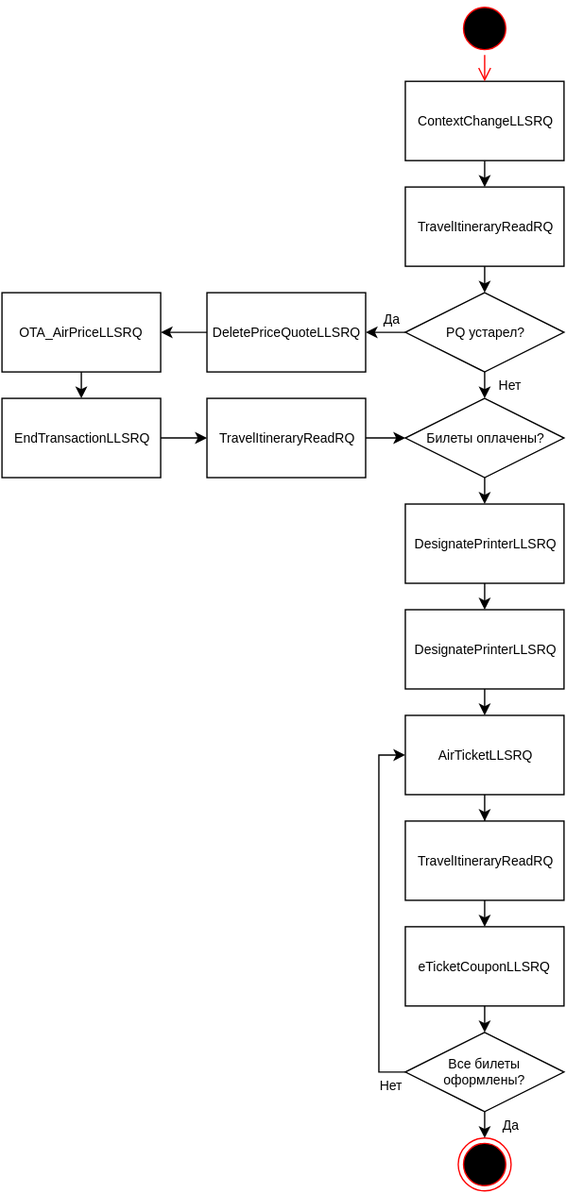
andreypolyak/sabre-apis-ru keeps this draw.io diagram as assets/svg/Issue Tickets/[RU]Issue Tickets-0.svg. Above is the earlier version. Source tidied: cells renumbered, new cells last; positions are measured from the earlier drawing's top-left corner, leaving out a move shared by most shapes. The source it was exported from:
```xml
<mxGraphModel background="#ffffff">
  <root>
    <mxCell id="0" />
    <mxCell id="1" parent="0" />
    <mxCell id="2" style="edgeStyle=orthogonalEdgeStyle;rounded=0;html=1;exitX=0.5;exitY=1;entryX=0.5;entryY=0;jettySize=auto;fontSize=10;" parent="1" edge="1" source="3" target="5">
      <mxGeometry x="380" y="1310" as="geometry" />
    </mxCell>
    <mxCell id="3" value="ContextChangeLLSRQ" style="whiteSpace=wrap;html=1;rounded=0;fontSize=10;" parent="1" vertex="1">
      <mxGeometry x="305" y="60" width="120" height="60" as="geometry" />
    </mxCell>
    <mxCell id="4" style="edgeStyle=orthogonalEdgeStyle;rounded=0;html=1;exitX=0.5;exitY=1;entryX=0.5;entryY=0;jettySize=auto;" parent="1" edge="1" source="5" target="27">
      <mxGeometry x="380" y="1390" as="geometry" />
    </mxCell>
    <mxCell id="5" value="TravelItineraryReadRQ" style="whiteSpace=wrap;html=1;rounded=0;fontSize=10;" parent="1" vertex="1">
      <mxGeometry x="305" y="140" width="120" height="60" as="geometry" />
    </mxCell>
    <mxCell id="6" style="edgeStyle=orthogonalEdgeStyle;rounded=0;html=1;exitX=0;exitY=0.5;entryX=1;entryY=0.5;jettySize=auto;fontSize=10;" parent="1" edge="1" source="7" target="9">
      <mxGeometry x="135" y="1440" as="geometry" />
    </mxCell>
    <mxCell id="7" value="DeletePriceQuoteLLSRQ" style="whiteSpace=wrap;html=1;rounded=0;fontSize=10;" parent="1" vertex="1">
      <mxGeometry x="155" y="220" width="120" height="60" as="geometry" />
    </mxCell>
    <mxCell id="8" style="edgeStyle=orthogonalEdgeStyle;rounded=0;html=1;exitX=0.5;exitY=1;entryX=0.5;entryY=0;jettySize=auto;" parent="1" edge="1" source="9" target="29">
      <mxGeometry x="75" y="1470" as="geometry" />
    </mxCell>
    <mxCell id="9" value="OTA_AirPriceLLSRQ" style="whiteSpace=wrap;html=1;rounded=0;fontSize=10;" parent="1" vertex="1">
      <mxGeometry y="220" width="120" height="60" as="geometry" />
    </mxCell>
    <mxCell id="10" style="edgeStyle=orthogonalEdgeStyle;rounded=0;html=1;exitX=0.5;exitY=1;entryX=0.5;entryY=0;jettySize=auto;fontSize=10;" parent="1" edge="1" source="11" target="13">
      <mxGeometry x="380" y="1630" as="geometry" />
    </mxCell>
    <mxCell id="11" value="DesignatePrinterLLSRQ" style="whiteSpace=wrap;html=1;rounded=0;fontSize=10;" parent="1" vertex="1">
      <mxGeometry x="305" y="380" width="120" height="60" as="geometry" />
    </mxCell>
    <mxCell id="12" style="edgeStyle=orthogonalEdgeStyle;rounded=0;html=1;exitX=0.5;exitY=1;entryX=0.5;entryY=0;jettySize=auto;fontSize=10;" parent="1" edge="1" source="13" target="15">
      <mxGeometry x="380" y="1710" as="geometry" />
    </mxCell>
    <mxCell id="13" value="DesignatePrinterLLSRQ" style="whiteSpace=wrap;html=1;rounded=0;fontSize=10;" parent="1" vertex="1">
      <mxGeometry x="305" y="460" width="120" height="60" as="geometry" />
    </mxCell>
    <mxCell id="14" style="edgeStyle=orthogonalEdgeStyle;rounded=0;html=1;exitX=0.5;exitY=1;jettySize=auto;fontSize=10;" parent="1" edge="1" source="15" target="17">
      <mxGeometry x="380" y="1790" as="geometry" />
    </mxCell>
    <mxCell id="15" value="AirTicketLLSRQ" style="whiteSpace=wrap;html=1;rounded=0;fontSize=10;" parent="1" vertex="1">
      <mxGeometry x="305" y="540" width="120" height="60" as="geometry" />
    </mxCell>
    <mxCell id="16" style="edgeStyle=orthogonalEdgeStyle;rounded=0;html=1;exitX=0.5;exitY=1;entryX=0.5;entryY=0;jettySize=auto;fontSize=10;" parent="1" edge="1" source="17" target="19">
      <mxGeometry x="380" y="1870" as="geometry" />
    </mxCell>
    <mxCell id="17" value="TravelItineraryReadRQ" style="whiteSpace=wrap;html=1;rounded=0;fontSize=10;" parent="1" vertex="1">
      <mxGeometry x="305" y="620" width="120" height="60" as="geometry" />
    </mxCell>
    <mxCell id="18" style="edgeStyle=orthogonalEdgeStyle;rounded=0;html=1;exitX=0.5;exitY=1;entryX=0.5;entryY=0;jettySize=auto;" parent="1" edge="1" source="19">
      <mxGeometry x="380" y="1950" as="geometry">
        <mxPoint x="365" y="780" as="targetPoint" />
      </mxGeometry>
    </mxCell>
    <mxCell id="19" value="eTicketCouponLLSRQ" style="whiteSpace=wrap;html=1;rounded=0;fontSize=10;" parent="1" vertex="1">
      <mxGeometry x="305" y="700" width="120" height="60" as="geometry" />
    </mxCell>
    <mxCell id="20" style="edgeStyle=orthogonalEdgeStyle;rounded=0;html=1;exitX=0.5;exitY=1;entryX=0.5;entryY=0;jettySize=auto;fontSize=10;" parent="1" edge="1" source="21" target="11">
      <mxGeometry x="380" y="1550" as="geometry" />
    </mxCell>
    <mxCell id="21" value="Билеты оплачены?" style="rhombus;whiteSpace=wrap;html=1;rounded=0;fontSize=10;" parent="1" vertex="1">
      <mxGeometry x="305" y="300" width="120" height="60" as="geometry" />
    </mxCell>
    <mxCell id="22" style="ellipse;html=1;shape=endState;fillColor=#000000;strokeColor=#ff0000;rounded=0;fontSize=10;align=center;" parent="1" vertex="1">
      <mxGeometry x="345" y="860" width="40" height="40" as="geometry" />
    </mxCell>
    <mxCell id="23" style="ellipse;html=1;shape=startState;fillColor=#000000;strokeColor=#ff0000;rounded=0;fontSize=10;align=center;" parent="1" vertex="1">
      <mxGeometry x="345" width="40" height="40" as="geometry" />
    </mxCell>
    <mxCell id="24" style="edgeStyle=orthogonalEdgeStyle;html=1;verticalAlign=bottom;endArrow=open;endSize=8;strokeColor=#ff0000;fontSize=10;" parent="1" edge="1" source="23">
      <mxGeometry x="380" y="1230" as="geometry">
        <mxPoint x="365" y="60" as="targetPoint" />
      </mxGeometry>
    </mxCell>
    <mxCell id="25" value="Нет" style="edgeStyle=orthogonalEdgeStyle;rounded=0;html=1;exitX=0.5;exitY=1;entryX=0.5;entryY=0;jettySize=auto;fontSize=10;" parent="1" edge="1" source="27" target="21">
      <mxGeometry as="geometry">
        <mxPoint x="20" as="offset" />
      </mxGeometry>
    </mxCell>
    <mxCell id="26" value="Да" style="edgeStyle=orthogonalEdgeStyle;rounded=0;html=1;exitX=0;exitY=0.5;entryX=1;entryY=0.5;jettySize=auto;fontSize=10;" parent="1" edge="1" source="27" target="7">
      <mxGeometry as="geometry">
        <mxPoint x="5" y="-10" as="offset" />
      </mxGeometry>
    </mxCell>
    <mxCell id="27" value="PQ устарел?" style="rhombus;whiteSpace=wrap;html=1;rounded=0;fontSize=10;" parent="1" vertex="1">
      <mxGeometry x="305" y="220" width="120" height="60" as="geometry" />
    </mxCell>
    <mxCell id="28" style="edgeStyle=orthogonalEdgeStyle;rounded=0;html=1;exitX=1;exitY=0.5;entryX=0;entryY=0.5;jettySize=auto;fontSize=10;" parent="1" edge="1" source="29" target="31">
      <mxGeometry x="135" y="1520" as="geometry" />
    </mxCell>
    <mxCell id="29" value="EndTransactionLLSRQ" style="whiteSpace=wrap;html=1;rounded=0;fontSize=10;" parent="1" vertex="1">
      <mxGeometry y="300" width="120" height="60" as="geometry" />
    </mxCell>
    <mxCell id="30" style="edgeStyle=orthogonalEdgeStyle;rounded=0;html=1;exitX=1;exitY=0.5;entryX=0;entryY=0.5;jettySize=auto;fontSize=10;" parent="1" edge="1" source="31" target="21">
      <mxGeometry x="290" y="1520" as="geometry" />
    </mxCell>
    <mxCell id="31" value="TravelItineraryReadRQ" style="whiteSpace=wrap;html=1;rounded=0;fontSize=10;" parent="1" vertex="1">
      <mxGeometry x="155" y="300" width="120" height="60" as="geometry" />
    </mxCell>
    <mxCell id="32" value="Нет" style="edgeStyle=orthogonalEdgeStyle;rounded=0;html=1;exitX=0;exitY=0.5;entryX=0;entryY=0.5;jettySize=auto;fontSize=10;" parent="1" edge="1" source="34" target="15">
      <mxGeometry as="geometry">
        <mxPoint x="-10" y="130" as="offset" />
      </mxGeometry>
    </mxCell>
    <mxCell id="33" value="Да" style="edgeStyle=orthogonalEdgeStyle;rounded=0;html=1;exitX=0.5;exitY=1;entryX=0.5;entryY=0;jettySize=auto;fontSize=10;" parent="1" edge="1" source="34" target="22">
      <mxGeometry as="geometry">
        <mxPoint x="20" as="offset" />
      </mxGeometry>
    </mxCell>
    <mxCell id="34" value="Все билеты оформлены?" style="rhombus;whiteSpace=wrap;html=1;rounded=0;fontSize=10;" parent="1" vertex="1">
      <mxGeometry x="305" y="780" width="120" height="60" as="geometry" />
    </mxCell>
  </root>
</mxGraphModel>
```
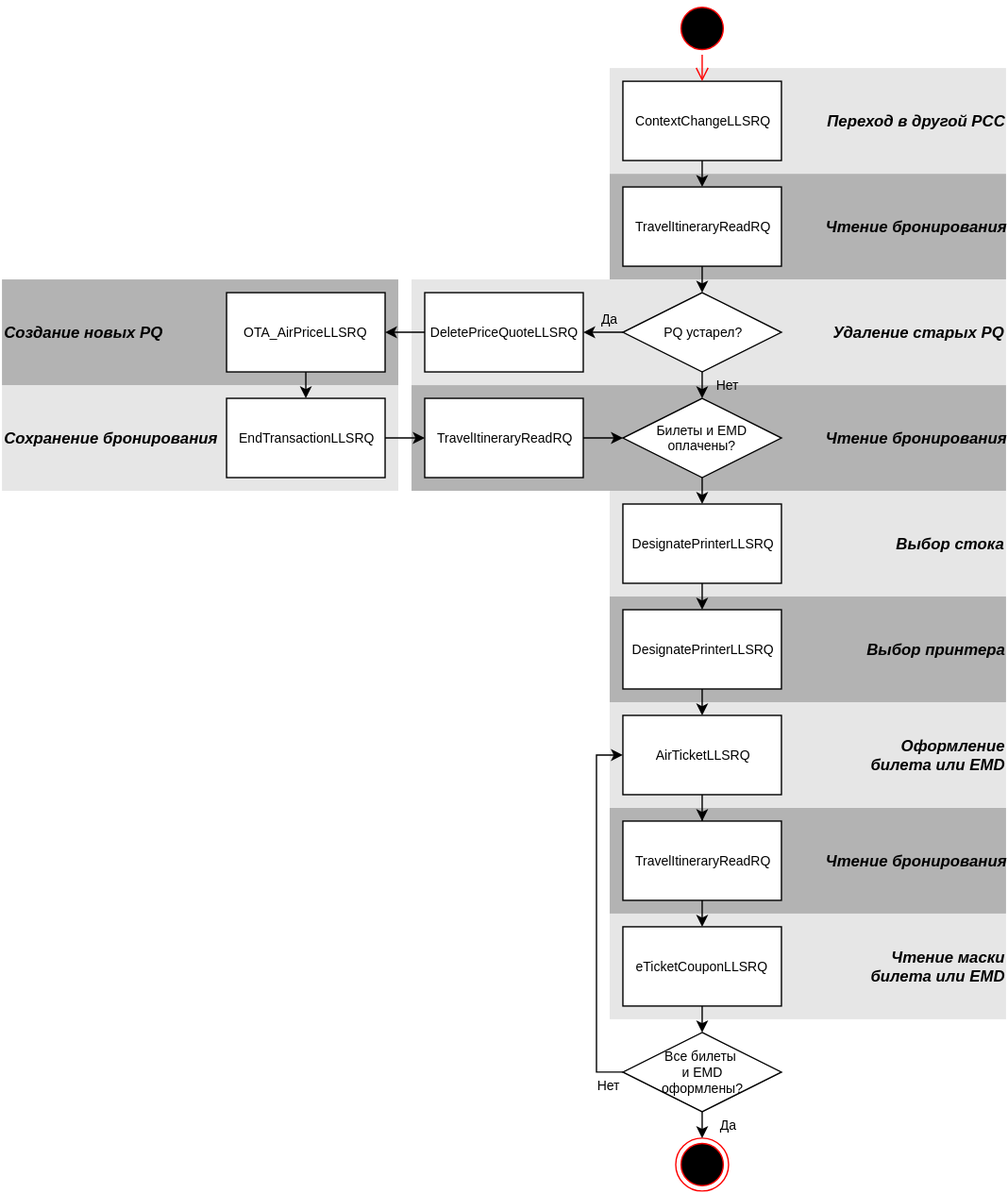
Later version of the same file.

Change to the diagram source:
```diff
@@ -2,6 +2,39 @@
   <root>
     <mxCell id="0" />
     <mxCell id="1" parent="0" />
+    <mxCell id="35" value="&lt;div style=&quot;text-align: right&quot;&gt;&lt;span&gt;&lt;b&gt;&lt;i&gt;&lt;font style=&quot;font-size: 12px&quot;&gt;Чтение маски&lt;/font&gt;&lt;/i&gt;&lt;/b&gt;&lt;/span&gt;&lt;/div&gt;&lt;div style=&quot;text-align: right&quot;&gt;&lt;span&gt;&lt;b&gt;&lt;i&gt;&lt;font style=&quot;font-size: 12px&quot;&gt;билета или EMD&lt;/font&gt;&lt;/i&gt;&lt;/b&gt;&lt;/span&gt;&lt;br&gt;&lt;/div&gt;" style="whiteSpace=wrap;html=1;fillColor=#E6E6E6;fontSize=10;strokeColor=none;align=right;gradientColor=none;" parent="1" vertex="1">
+      <mxGeometry x="295" y="690" width="300" height="80" as="geometry" />
+    </mxCell>
+    <mxCell id="36" value="&lt;div style=&quot;text-align: right&quot;&gt;&lt;b&gt;&lt;i&gt;&lt;font style=&quot;font-size: 12px&quot;&gt;Чтение бронирования&lt;/font&gt;&lt;/i&gt;&lt;/b&gt;&lt;br&gt;&lt;/div&gt;" style="whiteSpace=wrap;html=1;fillColor=#B3B3B3;fontSize=10;strokeColor=none;align=right;gradientColor=none;" parent="1" vertex="1">
+      <mxGeometry x="295" y="610" width="300" height="80" as="geometry" />
+    </mxCell>
+    <mxCell id="37" value="&lt;div style=&quot;text-align: right&quot;&gt;&lt;span&gt;&lt;b&gt;&lt;i&gt;&lt;font style=&quot;font-size: 12px&quot;&gt;Оформление&lt;/font&gt;&lt;/i&gt;&lt;/b&gt;&lt;/span&gt;&lt;/div&gt;&lt;div style=&quot;text-align: right&quot;&gt;&lt;span&gt;&lt;b&gt;&lt;i&gt;&lt;font style=&quot;font-size: 12px&quot;&gt;билета или EMD&lt;/font&gt;&lt;/i&gt;&lt;/b&gt;&lt;/span&gt;&lt;br&gt;&lt;/div&gt;" style="whiteSpace=wrap;html=1;fillColor=#E6E6E6;fontSize=10;strokeColor=none;align=right;gradientColor=none;" parent="1" vertex="1">
+      <mxGeometry x="295" y="530" width="300" height="80" as="geometry" />
+    </mxCell>
+    <mxCell id="38" value="&lt;div style=&quot;text-align: right&quot;&gt;&lt;b&gt;&lt;i&gt;&lt;font style=&quot;font-size: 12px&quot;&gt;Выбор принтера&lt;/font&gt;&lt;/i&gt;&lt;/b&gt;&lt;br&gt;&lt;/div&gt;" style="whiteSpace=wrap;html=1;fillColor=#B3B3B3;fontSize=10;strokeColor=none;align=right;gradientColor=none;" parent="1" vertex="1">
+      <mxGeometry x="295" y="450" width="300" height="80" as="geometry" />
+    </mxCell>
+    <mxCell id="39" value="&lt;div style=&quot;text-align: right&quot;&gt;&lt;b&gt;&lt;i&gt;&lt;font style=&quot;font-size: 12px&quot;&gt;Выбор стока&lt;/font&gt;&lt;/i&gt;&lt;/b&gt;&lt;br&gt;&lt;/div&gt;" style="whiteSpace=wrap;html=1;fillColor=#E6E6E6;fontSize=10;strokeColor=none;align=right;gradientColor=none;" parent="1" vertex="1">
+      <mxGeometry x="295" y="370" width="300" height="80" as="geometry" />
+    </mxCell>
+    <mxCell id="40" value="&lt;div style=&quot;text-align: right&quot;&gt;&lt;span&gt;&lt;b&gt;&lt;i&gt;&lt;font style=&quot;font-size: 12px&quot;&gt;Сохранение бронирования&lt;/font&gt;&lt;/i&gt;&lt;/b&gt;&lt;/span&gt;&lt;br&gt;&lt;/div&gt;" style="whiteSpace=wrap;html=1;fillColor=#E6E6E6;fontSize=10;strokeColor=none;align=left;gradientColor=none;" parent="1" vertex="1">
+      <mxGeometry x="-165" y="290" width="300" height="80" as="geometry" />
+    </mxCell>
+    <mxCell id="41" value="&lt;div style=&quot;text-align: right&quot;&gt;&lt;b&gt;&lt;i&gt;&lt;font style=&quot;font-size: 12px&quot;&gt;Чтение бронирования&lt;/font&gt;&lt;/i&gt;&lt;/b&gt;&lt;br&gt;&lt;/div&gt;" style="whiteSpace=wrap;html=1;fillColor=#B3B3B3;fontSize=10;strokeColor=none;align=right;gradientColor=none;" parent="1" vertex="1">
+      <mxGeometry x="145" y="290" width="450" height="80" as="geometry" />
+    </mxCell>
+    <mxCell id="42" value="&lt;div style=&quot;text-align: right&quot;&gt;&lt;span&gt;&lt;b&gt;&lt;i&gt;&lt;font style=&quot;font-size: 12px&quot;&gt;Создание новых PQ&lt;/font&gt;&lt;/i&gt;&lt;/b&gt;&lt;/span&gt;&lt;br&gt;&lt;/div&gt;" style="whiteSpace=wrap;html=1;fillColor=#B3B3B3;fontSize=10;strokeColor=none;align=left;gradientColor=none;" parent="1" vertex="1">
+      <mxGeometry x="-165" y="210" width="300" height="80" as="geometry" />
+    </mxCell>
+    <mxCell id="43" value="&lt;div style=&quot;text-align: right&quot;&gt;&lt;b&gt;&lt;i&gt;&lt;font style=&quot;font-size: 12px&quot;&gt;Чтение бронирования&lt;/font&gt;&lt;/i&gt;&lt;/b&gt;&lt;br&gt;&lt;/div&gt;" style="whiteSpace=wrap;html=1;fillColor=#B3B3B3;fontSize=10;strokeColor=none;align=right;gradientColor=none;" parent="1" vertex="1">
+      <mxGeometry x="295" y="130" width="300" height="80" as="geometry" />
+    </mxCell>
+    <mxCell id="44" value="&lt;div style=&quot;text-align: right&quot;&gt;&lt;span&gt;&lt;b&gt;&lt;i&gt;&lt;font style=&quot;font-size: 12px&quot;&gt;Удаление старых PQ&lt;/font&gt;&lt;/i&gt;&lt;/b&gt;&lt;/span&gt;&lt;br&gt;&lt;/div&gt;" style="whiteSpace=wrap;html=1;fillColor=#E6E6E6;fontSize=10;strokeColor=none;align=right;gradientColor=none;" parent="1" vertex="1">
+      <mxGeometry x="145" y="210" width="450" height="80" as="geometry" />
+    </mxCell>
+    <mxCell id="45" value="&lt;div style=&quot;text-align: right&quot;&gt;&lt;span&gt;&lt;b&gt;&lt;i&gt;&lt;font style=&quot;font-size: 12px&quot;&gt;Переход в другой PCC&lt;/font&gt;&lt;/i&gt;&lt;/b&gt;&lt;/span&gt;&lt;br&gt;&lt;/div&gt;" style="whiteSpace=wrap;html=1;fillColor=#E6E6E6;fontSize=10;strokeColor=none;align=right;gradientColor=none;" parent="1" vertex="1">
+      <mxGeometry x="295" y="50" width="300" height="80" as="geometry" />
+    </mxCell>
     <mxCell id="2" style="edgeStyle=orthogonalEdgeStyle;rounded=0;html=1;exitX=0.5;exitY=1;entryX=0.5;entryY=0;jettySize=auto;fontSize=10;" parent="1" edge="1" source="3" target="5">
       <mxGeometry x="380" y="1310" as="geometry" />
     </mxCell>
@@ -24,7 +57,7 @@
       <mxGeometry x="75" y="1470" as="geometry" />
     </mxCell>
     <mxCell id="9" value="OTA_AirPriceLLSRQ" style="whiteSpace=wrap;html=1;rounded=0;fontSize=10;" parent="1" vertex="1">
-      <mxGeometry y="220" width="120" height="60" as="geometry" />
+      <mxGeometry x="5" y="220" width="120" height="60" as="geometry" />
     </mxCell>
     <mxCell id="10" style="edgeStyle=orthogonalEdgeStyle;rounded=0;html=1;exitX=0.5;exitY=1;entryX=0.5;entryY=0;jettySize=auto;fontSize=10;" parent="1" edge="1" source="11" target="13">
       <mxGeometry x="380" y="1630" as="geometry" />
@@ -61,7 +94,7 @@
     <mxCell id="20" style="edgeStyle=orthogonalEdgeStyle;rounded=0;html=1;exitX=0.5;exitY=1;entryX=0.5;entryY=0;jettySize=auto;fontSize=10;" parent="1" edge="1" source="21" target="11">
       <mxGeometry x="380" y="1550" as="geometry" />
     </mxCell>
-    <mxCell id="21" value="Билеты оплачены?" style="rhombus;whiteSpace=wrap;html=1;rounded=0;fontSize=10;" parent="1" vertex="1">
+    <mxCell id="21" value="Билеты и EMD оплачены?" style="rhombus;whiteSpace=wrap;html=1;rounded=0;fontSize=10;" parent="1" vertex="1">
       <mxGeometry x="305" y="300" width="120" height="60" as="geometry" />
     </mxCell>
     <mxCell id="22" style="ellipse;html=1;shape=endState;fillColor=#000000;strokeColor=#ff0000;rounded=0;fontSize=10;align=center;" parent="1" vertex="1">
@@ -75,12 +108,12 @@
         <mxPoint x="365" y="60" as="targetPoint" />
       </mxGeometry>
     </mxCell>
-    <mxCell id="25" value="Нет" style="edgeStyle=orthogonalEdgeStyle;rounded=0;html=1;exitX=0.5;exitY=1;entryX=0.5;entryY=0;jettySize=auto;fontSize=10;" parent="1" edge="1" source="27" target="21">
+    <mxCell id="25" value="Нет" style="edgeStyle=orthogonalEdgeStyle;rounded=0;html=1;exitX=0.5;exitY=1;entryX=0.5;entryY=0;jettySize=auto;fontSize=10;labelBackgroundColor=none;" parent="1" edge="1" source="27" target="21">
       <mxGeometry as="geometry">
         <mxPoint x="20" as="offset" />
       </mxGeometry>
     </mxCell>
-    <mxCell id="26" value="Да" style="edgeStyle=orthogonalEdgeStyle;rounded=0;html=1;exitX=0;exitY=0.5;entryX=1;entryY=0.5;jettySize=auto;fontSize=10;" parent="1" edge="1" source="27" target="7">
+    <mxCell id="26" value="Да" style="edgeStyle=orthogonalEdgeStyle;rounded=0;html=1;exitX=0;exitY=0.5;entryX=1;entryY=0.5;jettySize=auto;fontSize=10;labelBackgroundColor=none;" parent="1" edge="1" source="27" target="7">
       <mxGeometry as="geometry">
         <mxPoint x="5" y="-10" as="offset" />
       </mxGeometry>
@@ -92,7 +125,7 @@
       <mxGeometry x="135" y="1520" as="geometry" />
     </mxCell>
     <mxCell id="29" value="EndTransactionLLSRQ" style="whiteSpace=wrap;html=1;rounded=0;fontSize=10;" parent="1" vertex="1">
-      <mxGeometry y="300" width="120" height="60" as="geometry" />
+      <mxGeometry x="5" y="300" width="120" height="60" as="geometry" />
     </mxCell>
     <mxCell id="30" style="edgeStyle=orthogonalEdgeStyle;rounded=0;html=1;exitX=1;exitY=0.5;entryX=0;entryY=0.5;jettySize=auto;fontSize=10;" parent="1" edge="1" source="31" target="21">
       <mxGeometry x="290" y="1520" as="geometry" />
@@ -110,7 +143,7 @@
         <mxPoint x="20" as="offset" />
       </mxGeometry>
     </mxCell>
-    <mxCell id="34" value="Все билеты оформлены?" style="rhombus;whiteSpace=wrap;html=1;rounded=0;fontSize=10;" parent="1" vertex="1">
+    <mxCell id="34" value="Все билеты&amp;nbsp;&lt;div&gt;и EMD&lt;/div&gt;&lt;div&gt;оформлены?&lt;/div&gt;" style="rhombus;whiteSpace=wrap;html=1;rounded=0;fontSize=10;" parent="1" vertex="1">
       <mxGeometry x="305" y="780" width="120" height="60" as="geometry" />
     </mxCell>
   </root>
```
